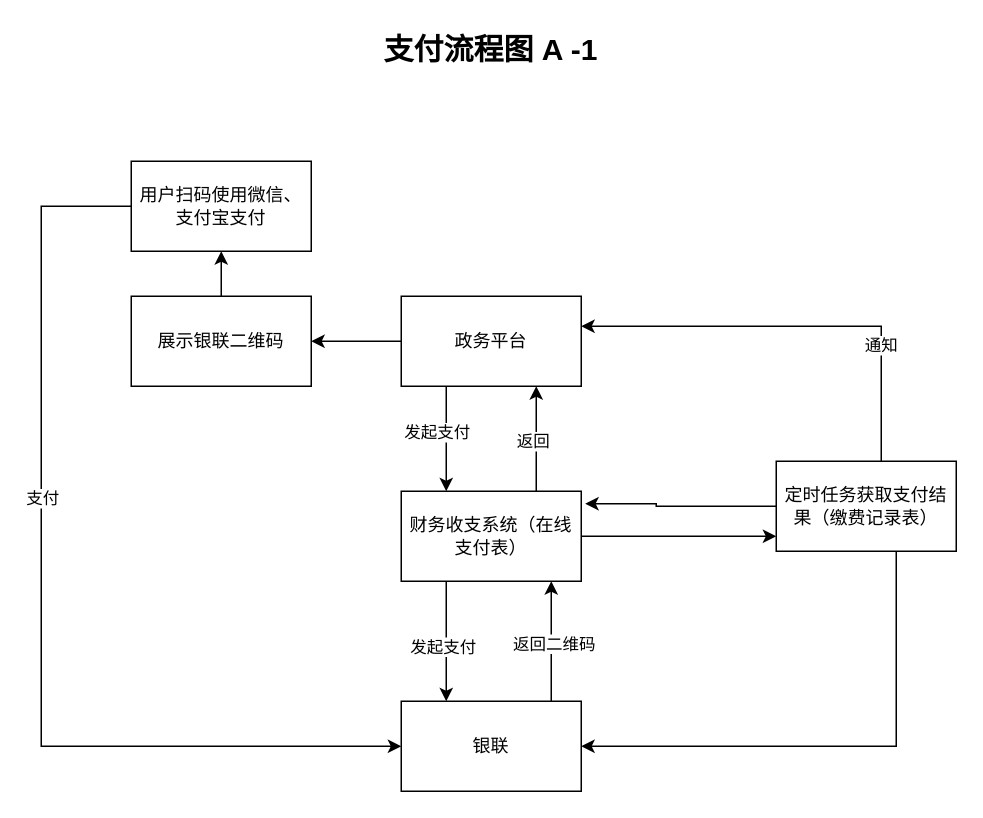
This is 支付.drawio from zhangfengman/autoJs, a draw.io file, before an edit. Source tidied: cells renumbered, new cells numbered last; positions are measured from the earlier drawing's top-left corner, leaving out a move shared by most shapes. Both pictures are drawn from the tidied source at 150%, with x=0, y=0 at pixel (40, 26).
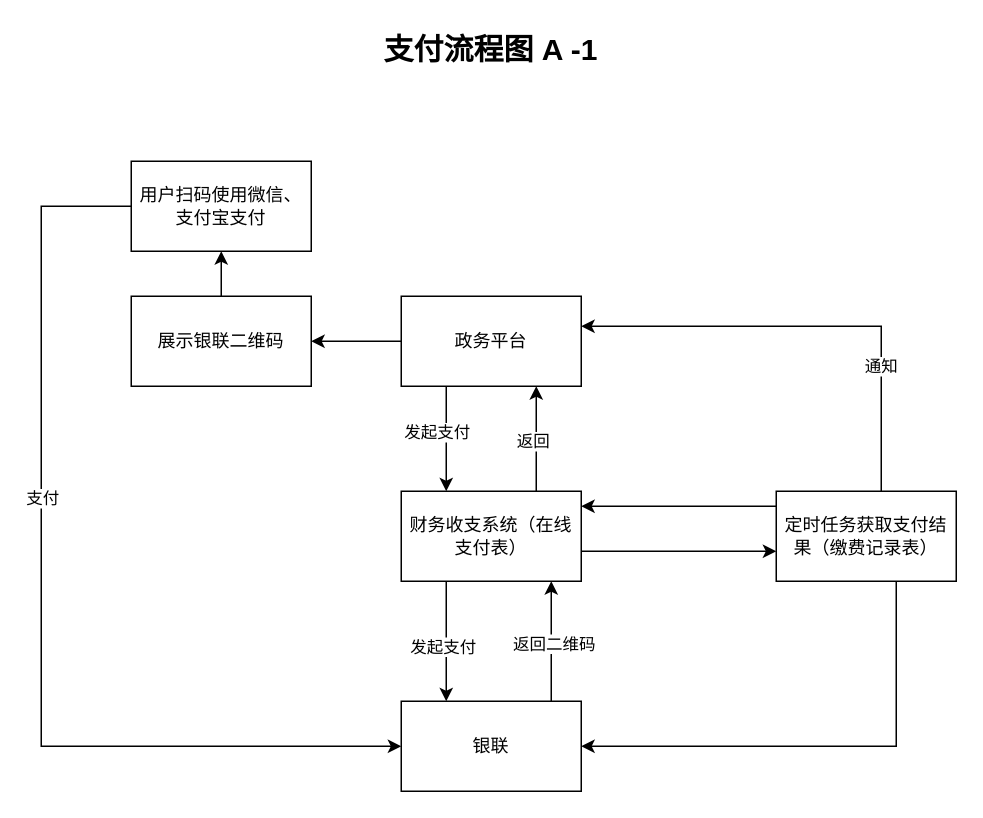
The same page after the edit.

The change refers to these unchanged cells:
```xml
<mxCell id="11" value="财务收支系统（在线支付表）" style="rounded=0;whiteSpace=wrap;html=1;" parent="1" vertex="1">
  <mxGeometry x="240" y="310" width="120" height="60" as="geometry" />
</mxCell>
```

The edit, as a diff of the source:
```diff
@@
     <mxCell id="8" style="edgeStyle=orthogonalEdgeStyle;rounded=0;jettySize=auto;html=1;" parent="1" edge="1" source="11" target="23">
       <mxGeometry relative="1" as="geometry">
         <Array as="points">
-          <mxPoint x="470" y="340" />
-          <mxPoint x="470" y="340" />
+          <mxPoint x="420" y="350" />
+          <mxPoint x="420" y="350" />
         </Array>
       </mxGeometry>
     </mxCell>
@@
     <mxCell id="23" value="定时任务获取支付结果（缴费记录表）" style="rounded=0;whiteSpace=wrap;html=1;" parent="1" vertex="1">
-      <mxGeometry x="490" y="290" width="120" height="60" as="geometry" />
+      <mxGeometry x="490" y="310" width="120" height="60" as="geometry" />
     </mxCell>
@@
-    <mxCell id="25" style="edgeStyle=orthogonalEdgeStyle;rounded=0;jettySize=auto;html=1;entryX=1.022;entryY=0.139;entryDx=0;entryDy=0;entryPerimeter=0;" parent="1" edge="1" source="23" target="11">
+    <mxCell id="25" style="edgeStyle=orthogonalEdgeStyle;rounded=0;jettySize=auto;html=1;" parent="1" edge="1" source="23" target="11">
       <mxGeometry relative="1" as="geometry">
         <Array as="points">
-          <mxPoint x="410" y="320" />
-          <mxPoint x="410" y="318" />
+          <mxPoint x="380" y="320" />
+          <mxPoint x="380" y="320" />
         </Array>
       </mxGeometry>
     </mxCell>
```
